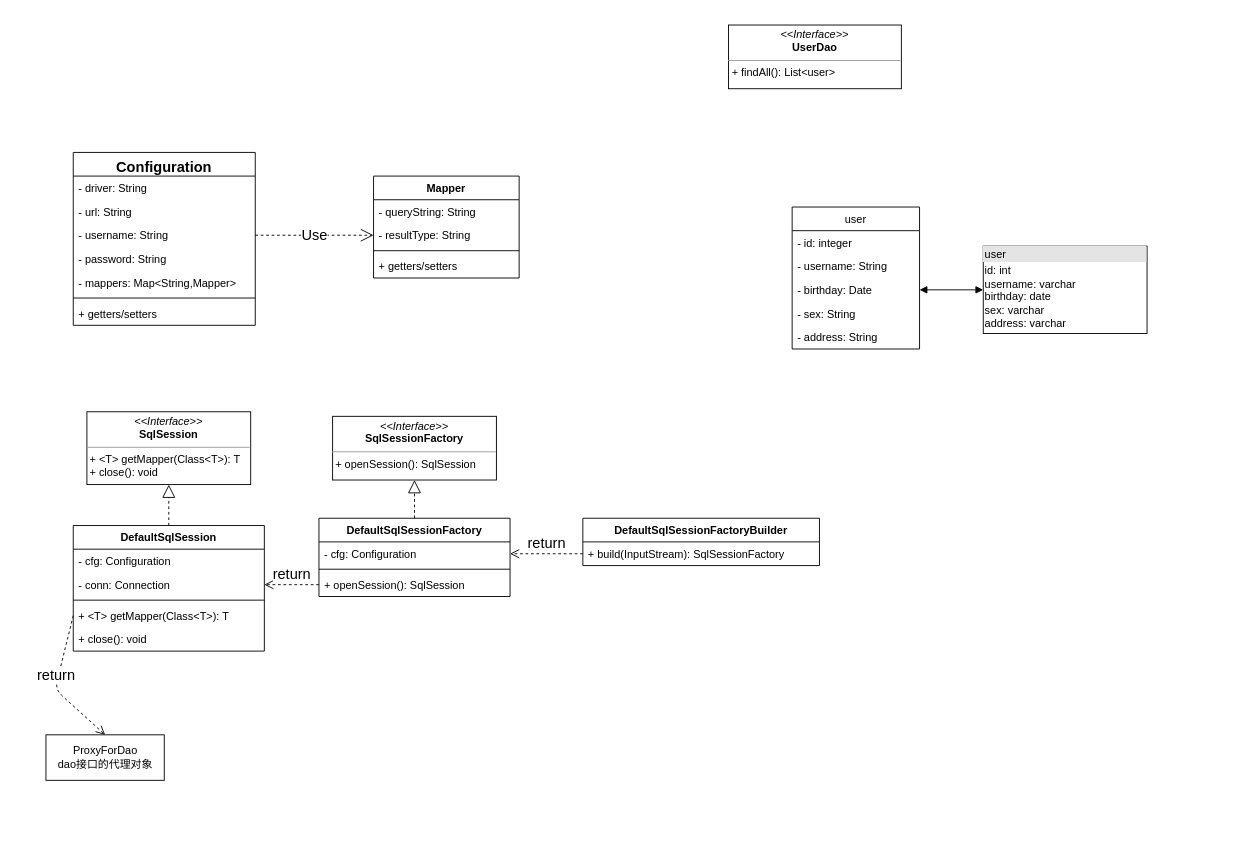
This is mybatis-learning/img/MyBatis.drawio from DeltaV235/Learning-Notes, a draw.io file, before an edit. Source tidied: cells renumbered, new cells numbered last; positions are measured from the earlier drawing's top-left corner, leaving out a move shared by most shapes. Both pictures are drawn from the tidied source at 91%, with x=0, y=0 at pixel (46, 25).
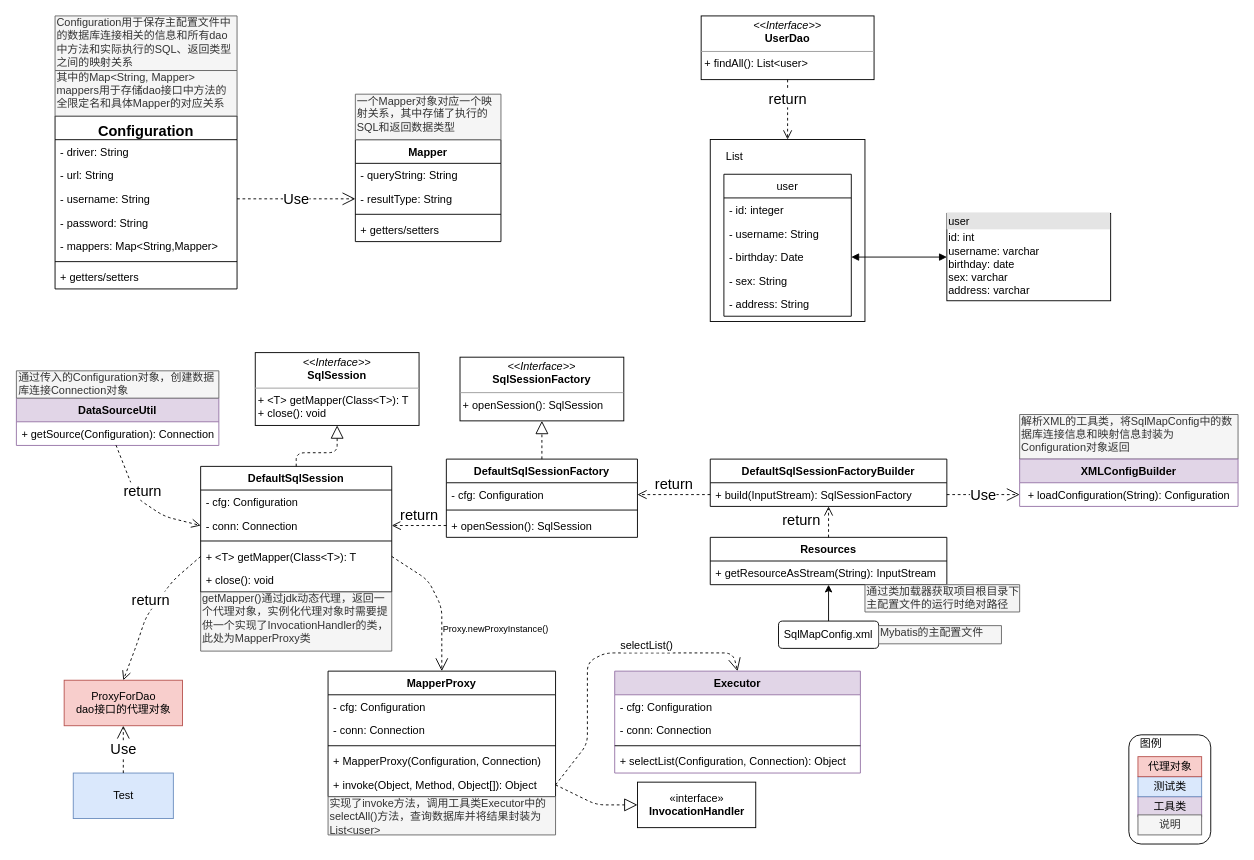
After the change.

The change refers to these unchanged cells:
```xml
<mxCell id="25" value="- conn: Connection" style="text;strokeColor=none;fillColor=none;align=left;verticalAlign=top;spacingLeft=4;spacingRight=4;overflow=hidden;points=[[0,0.5],[1,0.5]];portConstraint=eastwest;" parent="23" vertex="1">
  <mxGeometry y="52" width="210" height="26" as="geometry" />
</mxCell>
<mxCell id="27" value="+ &lt;T&gt; getMapper(Class&lt;T&gt;): T" style="text;strokeColor=none;fillColor=none;align=left;verticalAlign=top;spacingLeft=4;spacingRight=4;overflow=hidden;points=[[0,0.5],[1,0.5]];portConstraint=eastwest;" parent="23" vertex="1">
  <mxGeometry y="86" width="210" height="26" as="geometry" />
</mxCell>
<mxCell id="36" value="+ build(InputStream): SqlSessionFactory" style="text;strokeColor=none;fillColor=none;align=left;verticalAlign=top;spacingLeft=4;spacingRight=4;overflow=hidden;points=[[0,0.5],[1,0.5]];portConstraint=eastwest;" parent="35" vertex="1">
  <mxGeometry y="26" width="260" height="26" as="geometry" />
</mxCell>
```

Diff of the diagram source:
```diff
@@
     <mxCell id="2" value="Configuration" style="swimlane;fontStyle=1;align=center;verticalAlign=top;horizontal=1;startSize=26;fontSize=16;" parent="1" vertex="1">
-      <mxGeometry x="30" y="140" width="200" height="190" as="geometry" />
+      <mxGeometry x="10" y="100" width="200" height="190" as="geometry" />
     </mxCell>
@@
     <mxCell id="10" value="Mapper" style="swimlane;fontStyle=1;align=center;verticalAlign=top;horizontal=1;startSize=26;" parent="1" vertex="1">
-      <mxGeometry x="360" y="166" width="160" height="112" as="geometry" />
+      <mxGeometry x="340" y="126" width="160" height="112" as="geometry" />
     </mxCell>
@@
     <mxCell id="16" value="&lt;div style=&quot;box-sizing: border-box ; width: 100% ; background: #e4e4e4 ; padding: 2px&quot;&gt;user&lt;/div&gt;&lt;table style=&quot;width: 100% ; font-size: 1em&quot; cellpadding=&quot;2&quot; cellspacing=&quot;0&quot;&gt;&lt;tbody&gt;&lt;tr&gt;&lt;td&gt;id: int&amp;nbsp; &amp;nbsp; &amp;nbsp; &amp;nbsp; &amp;nbsp; &amp;nbsp;&amp;nbsp;&lt;br&gt;username: varchar&lt;br&gt;birthday: date&lt;br&gt;sex: varchar&lt;br&gt;address: varchar&lt;/td&gt;&lt;td&gt;&lt;br&gt;&lt;/td&gt;&lt;/tr&gt;&lt;tr&gt;&lt;td&gt;&lt;br&gt;&lt;/td&gt;&lt;td&gt;&lt;br&gt;&lt;/td&gt;&lt;/tr&gt;&lt;tr&gt;&lt;td&gt;&lt;/td&gt;&lt;td&gt;&lt;br&gt;&lt;/td&gt;&lt;/tr&gt;&lt;/tbody&gt;&lt;/table&gt;" style="verticalAlign=top;align=left;overflow=fill;html=1;fillColor=none;gradientColor=none;" parent="1" vertex="1">
-      <mxGeometry x="1030" y="243" width="180" height="96" as="geometry" />
+      <mxGeometry x="990" y="207" width="180" height="96" as="geometry" />
     </mxCell>
     <mxCell id="17" value="user" style="swimlane;fontStyle=0;horizontal=1;startSize=26;fillColor=none;" parent="1" vertex="1">
-      <mxGeometry x="820" y="200" width="140" height="156" as="geometry" />
+      <mxGeometry x="745" y="164" width="140" height="156" as="geometry" />
     </mxCell>
@@
     <mxCell id="23" value="DefaultSqlSession" style="swimlane;fontStyle=1;align=center;verticalAlign=top;horizontal=1;startSize=26;fillColor=none;gradientColor=none;" parent="1" vertex="1">
-      <mxGeometry x="30" y="550" width="210" height="138" as="geometry" />
+      <mxGeometry x="170" y="485" width="210" height="138" as="geometry" />
     </mxCell>
@@
     <mxCell id="29" style="endArrow=block;dashed=1;endFill=0;endSize=12;html=1;fontSize=16;exitX=0.5;exitY=0;exitDx=0;exitDy=0;entryX=0.5;entryY=1;entryDx=0;entryDy=0;" parent="1" edge="1" source="23" target="37">
-      <mxGeometry relative="1" as="geometry" />
+      <mxGeometry relative="1" as="geometry">
+        <Array as="points">
+          <mxPoint x="275" y="470" />
+          <mxPoint x="320" y="470" />
+        </Array>
+      </mxGeometry>
     </mxCell>
     <mxCell id="30" value="DefaultSqlSessionFactory" style="swimlane;fontStyle=1;align=center;verticalAlign=top;horizontal=1;startSize=26;fillColor=none;gradientColor=none;" parent="1" vertex="1">
-      <mxGeometry x="300" y="542" width="210" height="86" as="geometry" />
+      <mxGeometry x="440" y="477" width="210" height="86" as="geometry" />
     </mxCell>
@@
     <mxCell id="35" value="DefaultSqlSessionFactoryBuilder" style="swimlane;fontStyle=1;align=center;verticalAlign=top;horizontal=1;startSize=26;fillColor=none;gradientColor=none;" parent="1" vertex="1">
-      <mxGeometry x="590" y="542" width="260" height="52" as="geometry" />
+      <mxGeometry x="730" y="477" width="260" height="52" as="geometry" />
     </mxCell>
@@
     <mxCell id="37" value="&lt;p style=&quot;margin: 0px ; margin-top: 4px ; text-align: center&quot;&gt;&lt;i&gt;&amp;lt;&amp;lt;Interface&amp;gt;&amp;gt;&lt;/i&gt;&lt;br&gt;&lt;b&gt;SqlSession&lt;/b&gt;&lt;br&gt;&lt;/p&gt;&lt;hr size=&quot;1&quot;&gt;&lt;p style=&quot;margin: 0px ; margin-left: 4px&quot;&gt;&lt;/p&gt;&amp;nbsp;+ &amp;lt;T&amp;gt; getMapper(Class&amp;lt;T&amp;gt;): T&lt;br&gt;&lt;span&gt;&amp;nbsp;+ close(): void&lt;/span&gt;" style="verticalAlign=top;align=left;overflow=fill;fontSize=12;fontFamily=Helvetica;html=1;fillColor=none;gradientColor=none;" parent="1" vertex="1">
-      <mxGeometry x="45" y="425" width="180" height="80" as="geometry" />
+      <mxGeometry x="230" y="360" width="180" height="80" as="geometry" />
     </mxCell>
     <mxCell id="38" value="&lt;p style=&quot;margin: 0px ; margin-top: 4px ; text-align: center&quot;&gt;&lt;i&gt;&amp;lt;&amp;lt;Interface&amp;gt;&amp;gt;&lt;/i&gt;&lt;br&gt;&lt;b&gt;SqlSessionFactory&lt;/b&gt;&lt;br&gt;&lt;/p&gt;&lt;hr size=&quot;1&quot;&gt;&lt;p style=&quot;margin: 0px ; margin-left: 4px&quot;&gt;&lt;/p&gt;&amp;nbsp;+ openSession(): SqlSession" style="verticalAlign=top;align=left;overflow=fill;fontSize=12;fontFamily=Helvetica;html=1;fillColor=none;gradientColor=none;" parent="1" vertex="1">
-      <mxGeometry x="315" y="430" width="180" height="70" as="geometry" />
+      <mxGeometry x="455" y="365" width="180" height="70" as="geometry" />
     </mxCell>
@@
-    <mxCell id="41" value="ProxyForDao&lt;br&gt;dao接口的代理对象" style="html=1;fillColor=none;gradientColor=none;" parent="1" vertex="1">
-      <mxGeometry y="780" width="130" height="50" as="geometry" />
+    <mxCell id="41" value="ProxyForDao&lt;br&gt;dao接口的代理对象" style="html=1;fillColor=#f8cecc;strokeColor=#b85450;" parent="1" vertex="1">
+      <mxGeometry x="20" y="720" width="130" height="50" as="geometry" />
     </mxCell>
     <mxCell id="42" value="return" style="html=1;verticalAlign=bottom;endArrow=open;dashed=1;endSize=8;fontSize=16;entryX=0.5;entryY=0;entryDx=0;entryDy=0;exitX=0;exitY=0.5;exitDx=0;exitDy=0;" parent="1" edge="1" source="27" target="41">
       <mxGeometry relative="1" as="geometry">
         <Array as="points">
-          <mxPoint x="10" y="730" />
+          <mxPoint x="140" y="610" />
+          <mxPoint x="110" y="650" />
+          <mxPoint x="100" y="680" />
         </Array>
       </mxGeometry>
     </mxCell>
@@
     <mxCell id="44" value="&lt;p style=&quot;margin: 0px ; margin-top: 4px ; text-align: center&quot;&gt;&lt;i&gt;&amp;lt;&amp;lt;Interface&amp;gt;&amp;gt;&lt;/i&gt;&lt;br&gt;&lt;b&gt;UserDao&lt;/b&gt;&lt;/p&gt;&lt;hr size=&quot;1&quot;&gt;&lt;p style=&quot;margin: 0px ; margin-left: 4px&quot;&gt;&lt;/p&gt;&lt;p style=&quot;margin: 0px ; margin-left: 4px&quot;&gt;+ findAll(): List&amp;lt;user&amp;gt;&lt;br&gt;&lt;br&gt;&lt;/p&gt;" style="verticalAlign=top;align=left;overflow=fill;fontSize=12;fontFamily=Helvetica;html=1;fillColor=none;gradientColor=none;" parent="1" vertex="1">
-      <mxGeometry x="750" width="190" height="70" as="geometry" />
+      <mxGeometry x="720" y="-10" width="190" height="70" as="geometry" />
     </mxCell>
+    <mxCell id="45" value="return" style="html=1;verticalAlign=bottom;endArrow=open;dashed=1;endSize=8;fontSize=16;exitX=0.5;exitY=1;exitDx=0;exitDy=0;entryX=0.5;entryY=0;entryDx=0;entryDy=0;" parent="1" edge="1" source="44" target="47">
+      <mxGeometry relative="1" as="geometry" />
+    </mxCell>
+    <mxCell id="46" style="group;" parent="1" vertex="1">
+      <mxGeometry x="730" y="130" width="170" height="200" as="geometry" />
+    </mxCell>
+    <mxCell id="47" style="rounded=0;whiteSpace=wrap;html=1;fillColor=none;gradientColor=none;" parent="46" vertex="1">
+      <mxGeometry y="-4.2" width="170" height="200" as="geometry" />
+    </mxCell>
+    <mxCell id="48" value="List" style="text;html=1;strokeColor=none;fillColor=none;align=center;verticalAlign=middle;whiteSpace=wrap;rounded=0;" parent="46" vertex="1">
+      <mxGeometry x="8.9" y="4.2" width="35.8" height="21.1" as="geometry" />
+    </mxCell>
+    <mxCell id="49" value="Resources" style="swimlane;fontStyle=1;align=center;verticalAlign=top;horizontal=1;startSize=26;fillColor=none;gradientColor=none;" parent="1" vertex="1">
+      <mxGeometry x="730" y="563" width="260" height="52" as="geometry" />
+    </mxCell>
+    <mxCell id="50" value="+ getResourceAsStream(String): InputStream" style="text;strokeColor=none;fillColor=none;align=left;verticalAlign=top;spacingLeft=4;spacingRight=4;overflow=hidden;" parent="49" vertex="1">
+      <mxGeometry y="26" width="260" height="26" as="geometry" />
+    </mxCell>
+    <mxCell id="51" value="return" style="html=1;verticalAlign=bottom;endArrow=open;dashed=1;endSize=8;fontSize=16;exitX=0.5;exitY=0;exitDx=0;exitDy=0;entryX=0.5;entryY=1;entryDx=0;entryDy=0;" parent="1" edge="1" source="49" target="35">
+      <mxGeometry x="-0.57" y="30" relative="1" as="geometry" />
+    </mxCell>
+    <mxCell id="52" style="edgeStyle=orthogonalEdgeStyle;rounded=0;jettySize=auto;html=1;fontSize=16;exitX=0.5;exitY=0;exitDx=0;exitDy=0;" parent="1" edge="1" source="53" target="49">
+      <mxGeometry relative="1" as="geometry" />
+    </mxCell>
+    <mxCell id="53" value="SqlMapConfig.xml" style="rounded=1;whiteSpace=wrap;html=1;fillColor=none;gradientColor=none;" parent="1" vertex="1">
+      <mxGeometry x="805" y="655" width="110" height="30" as="geometry" />
+    </mxCell>
+    <mxCell id="54" value="Use" style="endArrow=open;endSize=12;dashed=1;html=1;fontSize=16;exitX=1;exitY=0.5;exitDx=0;exitDy=0;entryX=0;entryY=0.5;entryDx=0;entryDy=0;" parent="1" edge="1" source="36" target="86">
+      <mxGeometry relative="1" as="geometry" />
+    </mxCell>
+    <mxCell id="55" value="Configuration用于保存主配置文件中的数据库连接相关的信息和所有dao中方法和实际执行的SQL、返回类型之间的映射关系" style="shape=note;whiteSpace=wrap;html=1;size=0;verticalAlign=top;align=left;spacingTop=-6;fillColor=#f5f5f5;strokeColor=#666666;fontColor=#333333;" parent="1" vertex="1">
+      <mxGeometry x="10" y="-10" width="200" height="60" as="geometry" />
+    </mxCell>
+    <mxCell id="56" value="一个Mapper对象对应一个映射关系，其中存储了执行的SQL和返回数据类型" style="shape=note;whiteSpace=wrap;html=1;size=0;verticalAlign=top;align=left;spacingTop=-6;fillColor=#f5f5f5;strokeColor=#666666;fontColor=#333333;" parent="1" vertex="1">
+      <mxGeometry x="340" y="76" width="160" height="50" as="geometry" />
+    </mxCell>
+    <mxCell id="57" value="其中的Map&amp;lt;String, Mapper&amp;gt; mappers用于存储dao接口中方法的全限定名和具体Mapper的对应关系" style="shape=note;whiteSpace=wrap;html=1;size=0;verticalAlign=top;align=left;spacingTop=-6;fillColor=#f5f5f5;strokeColor=#666666;fontColor=#333333;" parent="1" vertex="1">
+      <mxGeometry x="10" y="50" width="200" height="50" as="geometry" />
+    </mxCell>
+    <mxCell id="58" value="通过类加载器获取项目根目录下主配置文件的运行时绝对路径" style="shape=note;whiteSpace=wrap;html=1;size=0;verticalAlign=top;align=left;spacingTop=-6;fillColor=#f5f5f5;strokeColor=#666666;fontColor=#333333;" parent="1" vertex="1">
+      <mxGeometry x="900" y="615" width="170" height="30" as="geometry" />
+    </mxCell>
+    <mxCell id="59" value="getMapper()通过jdk动态代理，返回一个代理对象，实例化代理对象时需要提供一个实现了InvocationHandler的类，此处为MapperProxy类" style="shape=note;whiteSpace=wrap;html=1;size=0;verticalAlign=top;align=left;spacingTop=-6;fillColor=#f5f5f5;strokeColor=#666666;fontColor=#333333;" parent="1" vertex="1">
+      <mxGeometry x="170" y="623" width="210" height="65" as="geometry" />
+    </mxCell>
+    <mxCell id="60" value="MapperProxy" style="swimlane;fontStyle=1;align=center;verticalAlign=top;horizontal=1;startSize=26;fillColor=none;gradientColor=none;" parent="1" vertex="1">
+      <mxGeometry x="310" y="710" width="250" height="138" as="geometry" />
+    </mxCell>
+    <mxCell id="61" value="- cfg: Configuration" style="text;strokeColor=none;fillColor=none;align=left;verticalAlign=top;spacingLeft=4;spacingRight=4;overflow=hidden;" parent="60" vertex="1">
+      <mxGeometry y="26" width="250" height="26" as="geometry" />
+    </mxCell>
+    <mxCell id="62" value="- conn: Connection" style="text;strokeColor=none;fillColor=none;align=left;verticalAlign=top;spacingLeft=4;spacingRight=4;overflow=hidden;" parent="60" vertex="1">
+      <mxGeometry y="52" width="250" height="26" as="geometry" />
+    </mxCell>
+    <mxCell id="63" style="line;strokeWidth=1;fillColor=none;align=left;verticalAlign=middle;spacingTop=-1;spacingLeft=3;spacingRight=3;labelPosition=right;" parent="60" vertex="1">
+      <mxGeometry y="78" width="250" height="8" as="geometry" />
+    </mxCell>
+    <mxCell id="64" value="+ MapperProxy(Configuration, Connection)" style="text;strokeColor=none;fillColor=none;align=left;verticalAlign=top;spacingLeft=4;spacingRight=4;overflow=hidden;" parent="60" vertex="1">
+      <mxGeometry y="86" width="250" height="26" as="geometry" />
+    </mxCell>
+    <mxCell id="65" value="+ invoke(Object, Method, Object[]): Object" style="text;strokeColor=none;fillColor=none;align=left;verticalAlign=top;spacingLeft=4;spacingRight=4;overflow=hidden;points=[[0,0.5],[1,0.5]];portConstraint=eastwest;" parent="60" vertex="1">
+      <mxGeometry y="112" width="250" height="26" as="geometry" />
+    </mxCell>
+    <mxCell id="66" value="«interface»&lt;br&gt;&lt;b&gt;InvocationHandler&lt;/b&gt;" style="html=1;fillColor=none;gradientColor=none;" parent="1" vertex="1">
+      <mxGeometry x="650" y="832" width="130" height="50" as="geometry" />
+    </mxCell>
+    <mxCell id="67" style="endArrow=block;dashed=1;endFill=0;endSize=12;html=1;fontSize=16;exitX=1;exitY=0.5;exitDx=0;exitDy=0;entryX=0;entryY=0.5;entryDx=0;entryDy=0;" parent="1" edge="1" source="65" target="66">
+      <mxGeometry relative="1" as="geometry">
+        <Array as="points">
+          <mxPoint x="605" y="857" />
+        </Array>
+      </mxGeometry>
+    </mxCell>
+    <mxCell id="68" value="&lt;font style=&quot;font-size: 10px ; line-height: 120%&quot;&gt;Proxy.newProxyInstance()&lt;/font&gt;" style="endArrow=open;endSize=12;dashed=1;html=1;fontSize=16;exitX=1;exitY=0.5;exitDx=0;exitDy=0;entryX=0.5;entryY=0;entryDx=0;entryDy=0;" parent="1" edge="1" source="27" target="60">
+      <mxGeometry x="0.35" y="59" relative="1" as="geometry">
+        <Array as="points">
+          <mxPoint x="420" y="610" />
+          <mxPoint x="435" y="640" />
+        </Array>
+      </mxGeometry>
+    </mxCell>
+    <mxCell id="69" value="Executor" style="swimlane;fontStyle=1;align=center;verticalAlign=top;horizontal=1;startSize=26;fillColor=#e1d5e7;strokeColor=#9673a6;" parent="1" vertex="1">
+      <mxGeometry x="625" y="710" width="270" height="112" as="geometry" />
+    </mxCell>
+    <mxCell id="70" value="- cfg: Configuration" style="text;strokeColor=none;fillColor=none;align=left;verticalAlign=top;spacingLeft=4;spacingRight=4;overflow=hidden;" parent="69" vertex="1">
+      <mxGeometry y="26" width="270" height="26" as="geometry" />
+    </mxCell>
+    <mxCell id="71" value="- conn: Connection" style="text;strokeColor=none;fillColor=none;align=left;verticalAlign=top;spacingLeft=4;spacingRight=4;overflow=hidden;" parent="69" vertex="1">
+      <mxGeometry y="52" width="270" height="26" as="geometry" />
+    </mxCell>
+    <mxCell id="72" style="line;strokeWidth=1;fillColor=none;align=left;verticalAlign=middle;spacingTop=-1;spacingLeft=3;spacingRight=3;labelPosition=right;" parent="69" vertex="1">
+      <mxGeometry y="78" width="270" height="8" as="geometry" />
+    </mxCell>
+    <mxCell id="73" value="+ selectList(Configuration, Connection): Object" style="text;strokeColor=none;fillColor=none;align=left;verticalAlign=top;spacingLeft=4;spacingRight=4;overflow=hidden;" parent="69" vertex="1">
+      <mxGeometry y="86" width="270" height="26" as="geometry" />
+    </mxCell>
+    <mxCell id="74" value="&lt;font style=&quot;font-size: 12px&quot;&gt;selectList()&lt;/font&gt;" style="endArrow=open;endSize=12;dashed=1;html=1;fontSize=16;exitX=1;exitY=0.5;exitDx=0;exitDy=0;entryX=0.5;entryY=0;entryDx=0;entryDy=0;" parent="1" edge="1" source="65" target="69">
+      <mxGeometry x="0.3" y="10" relative="1" as="geometry">
+        <Array as="points">
+          <mxPoint x="595" y="790" />
+          <mxPoint x="595" y="700" />
+          <mxPoint x="615" y="690" />
+          <mxPoint x="665" y="690" />
+          <mxPoint x="755" y="690" />
+        </Array>
+      </mxGeometry>
+    </mxCell>
+    <mxCell id="75" value="DataSourceUtil" style="swimlane;fontStyle=1;align=center;verticalAlign=top;horizontal=1;startSize=26;fillColor=#e1d5e7;strokeColor=#9673a6;" parent="1" vertex="1">
+      <mxGeometry x="-32.5" y="410" width="222.5" height="52" as="geometry" />
+    </mxCell>
+    <mxCell id="76" value="+ getSource(Configuration): Connection" style="text;strokeColor=none;fillColor=none;align=left;verticalAlign=top;spacingLeft=4;spacingRight=4;overflow=hidden;points=[[0,0.5],[1,0.5]];portConstraint=eastwest;" parent="75" vertex="1">
+      <mxGeometry y="26" width="222.5" height="26" as="geometry" />
+    </mxCell>
+    <mxCell id="77" value="return" style="html=1;verticalAlign=bottom;endArrow=open;dashed=1;endSize=8;fontSize=16;exitX=0.492;exitY=0.987;exitDx=0;exitDy=0;exitPerimeter=0;entryX=0;entryY=0.5;entryDx=0;entryDy=0;" parent="1" edge="1" source="76" target="25">
+      <mxGeometry relative="1" as="geometry">
+        <Array as="points">
+          <mxPoint x="100" y="520" />
+          <mxPoint x="130" y="540" />
+        </Array>
+      </mxGeometry>
+    </mxCell>
+    <mxCell id="78" value="Test" style="html=1;fillColor=#dae8fc;strokeColor=#6c8ebf;" parent="1" vertex="1">
+      <mxGeometry x="30" y="822" width="110" height="50" as="geometry" />
+    </mxCell>
+    <mxCell id="79" value="Use" style="endArrow=open;endSize=12;dashed=1;html=1;fontSize=16;exitX=0.5;exitY=0;exitDx=0;exitDy=0;entryX=0.5;entryY=1;entryDx=0;entryDy=0;" parent="1" edge="1" source="78" target="41">
+      <mxGeometry relative="1" as="geometry" />
+    </mxCell>
+    <mxCell id="80" value="解析XML的工具类，将SqlMapConfig中的数据库连接信息和映射信息封装为Configuration对象返回" style="shape=note;whiteSpace=wrap;html=1;size=0;verticalAlign=top;align=left;spacingTop=-6;fillColor=#f5f5f5;strokeColor=#666666;fontColor=#333333;" parent="1" vertex="1">
+      <mxGeometry x="1070" y="428" width="240" height="49" as="geometry" />
+    </mxCell>
+    <mxCell id="81" value="Mybatis的主配置文件" style="shape=note;whiteSpace=wrap;html=1;size=0;verticalAlign=top;align=left;spacingTop=-6;fillColor=#f5f5f5;strokeColor=#666666;fontColor=#333333;" parent="1" vertex="1">
+      <mxGeometry x="915" y="660" width="135" height="20" as="geometry" />
+    </mxCell>
+    <mxCell id="82" value="通过传入的Configuration对象，创建数据库连接Connection对象" style="shape=note;whiteSpace=wrap;html=1;size=0;verticalAlign=top;align=left;spacingTop=-6;fillColor=#f5f5f5;strokeColor=#666666;fontColor=#333333;" parent="1" vertex="1">
+      <mxGeometry x="-32.5" y="380" width="222.5" height="30" as="geometry" />
+    </mxCell>
+    <mxCell id="83" value="实现了invoke方法，调用工具类Executor中的selectAll()方法，查询数据库并将结果封装为List&amp;lt;user&amp;gt;" style="shape=note;whiteSpace=wrap;html=1;size=0;verticalAlign=top;align=left;spacingTop=-6;fillColor=#f5f5f5;strokeColor=#666666;fontColor=#333333;" parent="1" vertex="1">
+      <mxGeometry x="310" y="848" width="250" height="42" as="geometry" />
+    </mxCell>
+    <mxCell id="84" value="工具类" style="html=1;fillColor=#e1d5e7;strokeColor=#9673a6;" parent="1" vertex="1">
+      <mxGeometry x="1200" y="848" width="70" height="22" as="geometry" />
+    </mxCell>
+    <mxCell id="85" value="XMLConfigBuilder&#10;&#10;" style="swimlane;fontStyle=1;align=center;verticalAlign=top;horizontal=1;startSize=26;fillColor=#e1d5e7;strokeColor=#9673a6;" parent="1" vertex="1">
+      <mxGeometry x="1070" y="477" width="240" height="52" as="geometry" />
+    </mxCell>
+    <mxCell id="86" value=" + loadConfiguration(String): Configuration" style="text;strokeColor=none;fillColor=none;align=left;verticalAlign=top;spacingLeft=4;spacingRight=4;overflow=hidden;points=[[0,0.5],[1,0.5]];portConstraint=eastwest;" parent="85" vertex="1">
+      <mxGeometry y="26" width="240" height="26" as="geometry" />
+    </mxCell>
+    <mxCell id="87" value="测试类" style="html=1;fillColor=#dae8fc;strokeColor=#6c8ebf;" parent="1" vertex="1">
+      <mxGeometry x="1200" y="826" width="70" height="22" as="geometry" />
+    </mxCell>
+    <mxCell id="88" value="代理对象" style="html=1;fillColor=#f8cecc;strokeColor=#b85450;" parent="1" vertex="1">
+      <mxGeometry x="1200" y="804" width="70" height="22" as="geometry" />
+    </mxCell>
+    <mxCell id="89" value="说明" style="html=1;fillColor=#f5f5f5;strokeColor=#666666;fontColor=#333333;" parent="1" vertex="1">
+      <mxGeometry x="1200" y="868" width="70" height="22" as="geometry" />
+    </mxCell>
+    <mxCell id="90" style="group;" parent="1" vertex="1">
+      <mxGeometry x="1190" y="780" width="90" height="120" as="geometry" />
+    </mxCell>
+    <mxCell id="91" style="rounded=1;whiteSpace=wrap;html=1;fillColor=none;gradientColor=none;" parent="90" vertex="1">
+      <mxGeometry width="90" height="120" as="geometry" />
+    </mxCell>
+    <mxCell id="92" value="图例" style="text;html=1;align=center;verticalAlign=middle;" parent="90" vertex="1">
+      <mxGeometry x="3.6" width="40" height="20" as="geometry" />
+    </mxCell>
```
